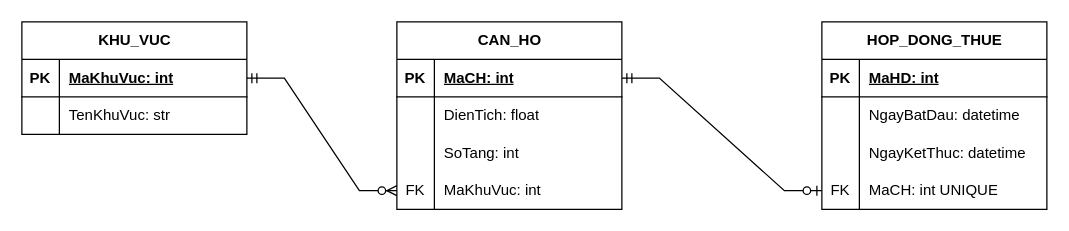
The draw.io diagram b3/IT105_SS16_B3.drawio in haonglm/LeMinhHoang_B25DTCN095_IT105_ss16_b3, before the edit. Source tidied: cells renumbered, new cells numbered last; positions are measured from the earlier drawing's top-left corner, leaving out a move shared by most shapes. Both pictures are drawn from the tidied source at 125%, with x=0, y=0 at pixel (21, 21).
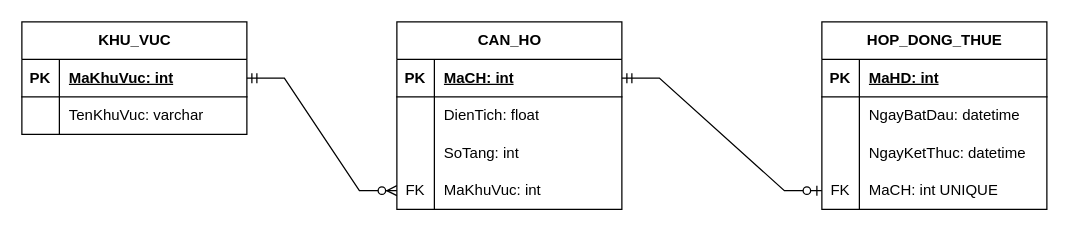
The same diagram, later.

The change refers to these unchanged cells:
```xml
<mxCell id="32" style="shape=tableRow;horizontal=0;startSize=0;swimlaneHead=0;swimlaneBody=0;fillColor=none;top=0;left=0;right=0;bottom=0;" parent="28" vertex="1">
  <mxGeometry y="60" width="180" height="30" as="geometry" />
</mxCell>
```

The edit, as a diff of the source:
```diff
@@
-    <mxCell id="34" value="TenKhuVuc: str" style="shape=partialRectangle;fillColor=none;top=0;left=0;bottom=0;right=0;align=left;spacingLeft=6;overflow=hidden;whiteSpace=wrap;html=1;" parent="32" vertex="1">
+    <mxCell id="34" value="TenKhuVuc: varchar" style="shape=partialRectangle;fillColor=none;top=0;left=0;bottom=0;right=0;align=left;spacingLeft=6;overflow=hidden;whiteSpace=wrap;html=1;" parent="32" vertex="1">
       <mxGeometry x="30" width="150" height="30" as="geometry" />
     </mxCell>
```
